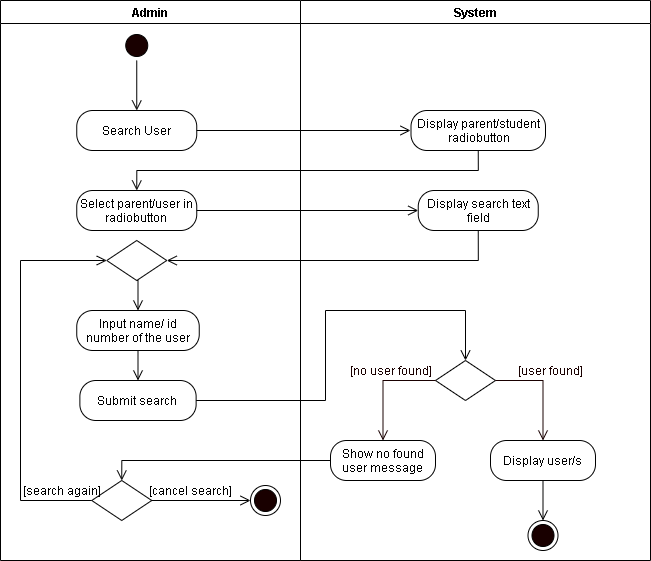
Above: REVISIONS/UML-DIAGRAMS/6-9-2021/ACTIVITY DIAGRAM/4 - Search User.png in mrklglsn/CAPSTONE-FILES (draw.io), before the change. Source tidied: cells renumbered, new cells last; positions are measured from the earlier drawing's top-left corner, leaving out a move shared by most shapes.
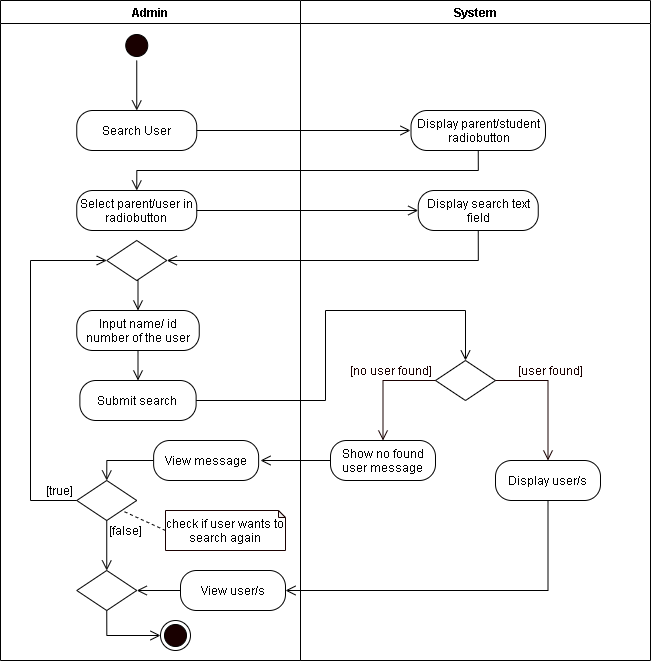
Later version of the same file.

Diff of the diagram source:
```diff
@@ -3,7 +3,7 @@
     <mxCell id="0" />
     <mxCell id="1" parent="0" />
     <mxCell id="2" value="Admin" style="swimlane;startSize=23;" parent="1" vertex="1">
-      <mxGeometry width="300" height="560" as="geometry" />
+      <mxGeometry width="300" height="660" as="geometry" />
     </mxCell>
     <mxCell id="3" style="edgeStyle=orthogonalEdgeStyle;rounded=0;jettySize=auto;html=1;exitX=0.5;exitY=1;exitDx=0;exitDy=0;entryX=0.5;entryY=0;entryDx=0;entryDy=0;endArrow=open;endFill=0;endSize=8;" parent="2" edge="1" source="4">
       <mxGeometry relative="1" as="geometry">
@@ -34,31 +34,55 @@
     <mxCell id="11" value="Select parent/user in radiobutton" style="rounded=1;whiteSpace=wrap;html=1;arcSize=40;" parent="2" vertex="1">
       <mxGeometry x="76.2" y="190" width="120" height="40" as="geometry" />
     </mxCell>
-    <mxCell id="12" style="edgeStyle=orthogonalEdgeStyle;rounded=0;jettySize=auto;html=1;exitX=1;exitY=0.5;exitDx=0;exitDy=0;entryX=0;entryY=0.5;entryDx=0;entryDy=0;endArrow=open;endFill=0;endSize=8;" parent="2" edge="1" source="13" target="17">
-      <mxGeometry relative="1" as="geometry" />
-    </mxCell>
     <mxCell id="13" style="rhombus;whiteSpace=wrap;html=1;" parent="2" vertex="1">
-      <mxGeometry x="91.2" y="480" width="60" height="40" as="geometry" />
+      <mxGeometry x="76.2" y="480" width="60" height="40" as="geometry" />
     </mxCell>
     <mxCell id="14" style="edgeStyle=orthogonalEdgeStyle;rounded=0;jettySize=auto;html=1;exitX=0;exitY=0.5;exitDx=0;exitDy=0;endArrow=open;endFill=0;endSize=8;entryX=0;entryY=0.5;entryDx=0;entryDy=0;" parent="2" edge="1" source="13" target="10">
       <mxGeometry relative="1" as="geometry">
         <Array as="points">
-          <mxPoint x="20" y="500" />
-          <mxPoint x="20" y="260" />
+          <mxPoint x="30" y="500" />
+          <mxPoint x="30" y="260" />
         </Array>
       </mxGeometry>
     </mxCell>
-    <mxCell id="15" value="[search again]" style="text;html=1;align=center;verticalAlign=middle;strokeColor=none;rotation=0;" parent="2" vertex="1">
-      <mxGeometry x="16.2" y="480" width="90" height="20" as="geometry" />
+    <mxCell id="15" value="[true]" style="text;html=1;align=center;verticalAlign=middle;strokeColor=none;rotation=0;" parent="2" vertex="1">
+      <mxGeometry x="39.4" y="480" width="40" height="20" as="geometry" />
     </mxCell>
-    <mxCell id="16" value="[cancel search]" style="text;html=1;align=center;verticalAlign=middle;strokeColor=none;rotation=0;" parent="2" vertex="1">
-      <mxGeometry x="140" y="480" width="100" height="20" as="geometry" />
+    <mxCell id="16" value="[false]" style="text;html=1;align=center;verticalAlign=middle;strokeColor=none;rotation=0;" parent="2" vertex="1">
+      <mxGeometry x="100" y="520" width="50" height="20" as="geometry" />
     </mxCell>
+    <mxCell id="36" style="edgeStyle=orthogonalEdgeStyle;rounded=0;jettySize=auto;html=1;exitX=0;exitY=0.5;exitDx=0;exitDy=0;entryX=0.5;entryY=0;entryDx=0;entryDy=0;endArrow=open;endFill=0;endSize=8;" parent="2" edge="1" source="37" target="13">
+      <mxGeometry relative="1" as="geometry" />
+    </mxCell>
+    <mxCell id="37" value="View message" style="rounded=1;whiteSpace=wrap;html=1;arcSize=40;" parent="2" vertex="1">
+      <mxGeometry x="153.1" y="440" width="105" height="40" as="geometry" />
+    </mxCell>
+    <mxCell id="38" style="edgeStyle=orthogonalEdgeStyle;rounded=0;jettySize=auto;html=1;exitX=0;exitY=0.5;exitDx=0;exitDy=0;entryX=1;entryY=0.5;entryDx=0;entryDy=0;endArrow=open;endFill=0;endSize=8;" parent="2" edge="1" source="39" target="41">
+      <mxGeometry relative="1" as="geometry" />
+    </mxCell>
+    <mxCell id="39" value="View user/s" style="rounded=1;whiteSpace=wrap;html=1;arcSize=40;" parent="2" vertex="1">
+      <mxGeometry x="180" y="570" width="105" height="40" as="geometry" />
+    </mxCell>
+    <mxCell id="40" style="edgeStyle=orthogonalEdgeStyle;rounded=0;jettySize=auto;html=1;exitX=0.5;exitY=1;exitDx=0;exitDy=0;entryX=0;entryY=0.5;entryDx=0;entryDy=0;endArrow=open;endFill=0;endSize=8;" parent="2" edge="1" source="41" target="17">
+      <mxGeometry relative="1" as="geometry" />
+    </mxCell>
+    <mxCell id="41" style="rhombus;whiteSpace=wrap;html=1;" parent="2" vertex="1">
+      <mxGeometry x="76.2" y="570" width="60" height="40" as="geometry" />
+    </mxCell>
     <mxCell id="17" style="ellipse;html=1;shape=endState;fillColor=#190000;" parent="2" vertex="1">
-      <mxGeometry x="250" y="485" width="30" height="30" as="geometry" />
+      <mxGeometry x="160" y="620" width="30" height="30" as="geometry" />
     </mxCell>
+    <mxCell id="42" style="edgeStyle=orthogonalEdgeStyle;rounded=0;jettySize=auto;html=1;exitX=0.5;exitY=1;exitDx=0;exitDy=0;endArrow=open;endFill=0;endSize=8;entryX=0.5;entryY=0;entryDx=0;entryDy=0;" parent="2" edge="1" source="13" target="41">
+      <mxGeometry relative="1" as="geometry" />
+    </mxCell>
+    <mxCell id="43" style="rounded=0;jettySize=auto;html=1;exitX=0;exitY=0.5;exitDx=0;exitDy=0;exitPerimeter=0;entryX=1;entryY=1;entryDx=0;entryDy=0;endArrow=none;endFill=0;endSize=8;dashed=1;" parent="2" edge="1" source="44" target="13">
+      <mxGeometry relative="1" as="geometry" />
+    </mxCell>
+    <mxCell id="44" value="check if user wants to search again" style="shape=note;whiteSpace=wrap;html=1;backgroundOutline=1;darkOpacity=0.05;strokeColor=#190000;size=7;" parent="2" vertex="1">
+      <mxGeometry x="165" y="510" width="120" height="40" as="geometry" />
+    </mxCell>
     <mxCell id="18" value="System" style="swimlane;" parent="1" vertex="1">
-      <mxGeometry x="300" width="350" height="560" as="geometry" />
+      <mxGeometry x="300" width="350" height="660" as="geometry" />
     </mxCell>
     <mxCell id="19" style="rhombus;whiteSpace=wrap;html=1;" parent="18" vertex="1">
       <mxGeometry x="135" y="360" width="60" height="40" as="geometry" />
@@ -72,11 +96,8 @@
     <mxCell id="22" value="Show no found user message" style="rounded=1;whiteSpace=wrap;html=1;arcSize=40;" parent="18" vertex="1">
       <mxGeometry x="30" y="440" width="105" height="40" as="geometry" />
     </mxCell>
-    <mxCell id="23" style="edgeStyle=orthogonalEdgeStyle;rounded=0;jettySize=auto;html=1;exitX=0.5;exitY=1;exitDx=0;exitDy=0;endArrow=open;endFill=0;endSize=8;" parent="18" edge="1" source="24" target="28">
-      <mxGeometry relative="1" as="geometry" />
-    </mxCell>
     <mxCell id="24" value="Display user/s" style="rounded=1;whiteSpace=wrap;html=1;arcSize=40;" parent="18" vertex="1">
-      <mxGeometry x="190" y="440" width="105" height="40" as="geometry" />
+      <mxGeometry x="195" y="460" width="105" height="40" as="geometry" />
     </mxCell>
     <mxCell id="25" style="edgeStyle=orthogonalEdgeStyle;rounded=0;jettySize=auto;html=1;exitX=0;exitY=0.5;exitDx=0;exitDy=0;fontColor=#FFFFFF;endArrow=open;endFill=0;endSize=8;strokeColor=#190000;entryX=0.5;entryY=0;entryDx=0;entryDy=0;" parent="18" edge="1" source="19" target="22">
       <mxGeometry relative="1" as="geometry" />
@@ -87,9 +108,6 @@
     <mxCell id="27" value="Display search text field" style="rounded=1;whiteSpace=wrap;html=1;arcSize=40;" parent="18" vertex="1">
       <mxGeometry x="117.8" y="190" width="120" height="40" as="geometry" />
     </mxCell>
-    <mxCell id="28" style="ellipse;html=1;shape=endState;fillColor=#190000;" parent="18" vertex="1">
-      <mxGeometry x="227.5" y="520" width="30" height="30" as="geometry" />
-    </mxCell>
     <mxCell id="29" value="Display parent/student radiobutton" style="rounded=1;whiteSpace=wrap;html=1;arcSize=40;" parent="18" vertex="1">
       <mxGeometry x="110.5" y="110" width="134.5" height="40" as="geometry" />
     </mxCell>
@@ -116,8 +134,13 @@
     <mxCell id="34" style="edgeStyle=orthogonalEdgeStyle;rounded=0;jettySize=auto;html=1;exitX=1;exitY=0.5;exitDx=0;exitDy=0;entryX=0;entryY=0.5;entryDx=0;entryDy=0;endArrow=open;endFill=0;endSize=8;" parent="1" edge="1" source="11" target="27">
       <mxGeometry relative="1" as="geometry" />
     </mxCell>
-    <mxCell id="35" style="edgeStyle=orthogonalEdgeStyle;rounded=0;jettySize=auto;html=1;exitX=0;exitY=0.5;exitDx=0;exitDy=0;entryX=0.5;entryY=0;entryDx=0;entryDy=0;endArrow=open;endFill=0;endSize=8;" parent="1" edge="1" source="22" target="13">
-      <mxGeometry relative="1" as="geometry" />
-    </mxCell>
+    <mxCell id="45" style="edgeStyle=orthogonalEdgeStyle;rounded=0;jettySize=auto;html=1;exitX=0;exitY=0.5;exitDx=0;exitDy=0;endArrow=open;endFill=0;endSize=8;" parent="1" edge="1" source="22">
+      <mxGeometry relative="1" as="geometry">
+        <mxPoint x="260" y="460" as="targetPoint" />
+      </mxGeometry>
+    </mxCell>
+    <mxCell id="46" style="edgeStyle=orthogonalEdgeStyle;rounded=0;jettySize=auto;html=1;exitX=0.5;exitY=1;exitDx=0;exitDy=0;endArrow=open;endFill=0;endSize=8;entryX=1;entryY=0.5;entryDx=0;entryDy=0;" parent="1" edge="1" source="24" target="39">
+      <mxGeometry relative="1" as="geometry" />
+    </mxCell>
   </root>
 </mxGraphModel>
```
